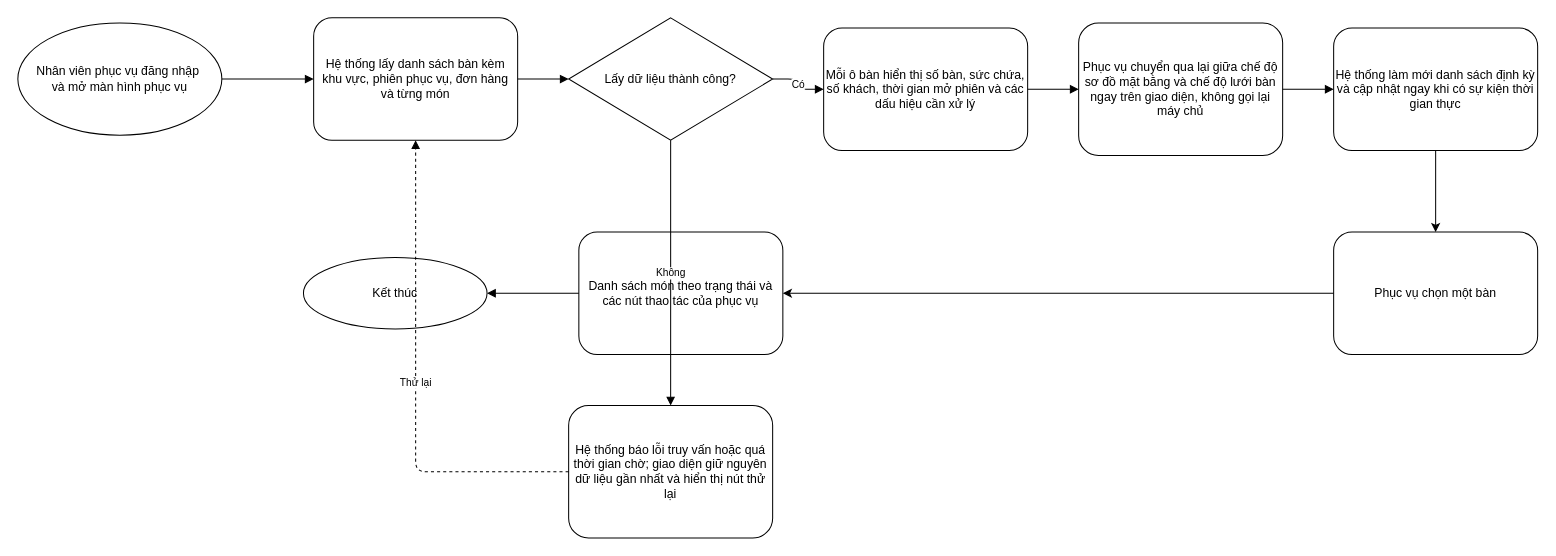
Above: docs/business-process-xem-so-do-ban.drawio in thanhhoa3514/restaurant-management (draw.io), before the change. Source tidied: cells renumbered, new cells numbered last; positions are measured from the earlier drawing's top-left corner, leaving out a move shared by most shapes. Both pictures are drawn from the tidied source at 102%, with x=0, y=0 at pixel (17, 17).
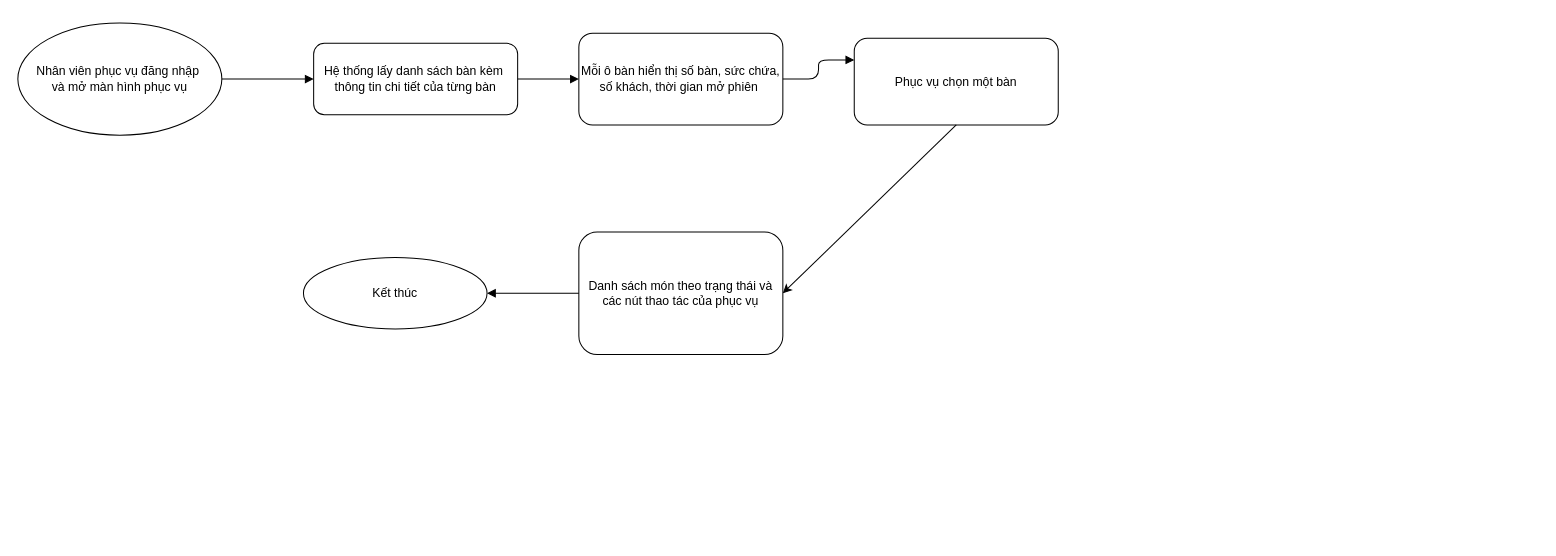
The same page after the edit.

The change refers to these unchanged cells:
```xml
<mxCell id="10" value="Danh sách món theo trạng thái và các nút thao tác của phục vụ" style="rounded=1;whiteSpace=wrap;html=1;fillColor=#ffffff;strokeColor=#000000;" parent="1" vertex="1">
  <mxGeometry x="550" y="210" width="200" height="120" as="geometry" />
</mxCell>
```

Change to the diagram source:
```diff
@@
-    <mxCell id="3" value="Hệ thống lấy danh sách bàn kèm khu vực, phiên phục vụ, đơn hàng và từng món" style="rounded=1;whiteSpace=wrap;html=1;fillColor=#ffffff;strokeColor=#000000;" parent="1" vertex="1">
-      <mxGeometry x="290" width="200" height="120" as="geometry" />
+    <mxCell id="3" value="Hệ thống lấy danh sách bàn kèm&amp;nbsp;&lt;div&gt;thông tin chi tiết của từng bàn&lt;/div&gt;" style="rounded=1;whiteSpace=wrap;html=1;fillColor=#ffffff;strokeColor=#000000;" parent="1" vertex="1">
+      <mxGeometry x="290" y="25" width="200" height="70" as="geometry" />
     </mxCell>
-    <mxCell id="4" value="Lấy dữ liệu thành công?" style="rhombus;whiteSpace=wrap;html=1;fillColor=#ffffff;strokeColor=#000000;" parent="1" vertex="1">
-      <mxGeometry x="540" width="200" height="120" as="geometry" />
-    </mxCell>
-    <mxCell id="5" value="Hệ thống báo lỗi truy vấn hoặc quá thời gian chờ; giao diện giữ nguyên dữ liệu gần nhất và hiển thị nút thử lại" style="rounded=1;whiteSpace=wrap;html=1;fillColor=#ffffff;strokeColor=#000000;" parent="1" vertex="1">
-      <mxGeometry x="540" y="380" width="200" height="130" as="geometry" />
-    </mxCell>
-    <mxCell id="6" value="Mỗi ô bàn hiển thị số bàn, sức chứa, số khách, thời gian mở phiên và các dấu hiệu cần xử lý" style="rounded=1;whiteSpace=wrap;html=1;fillColor=#ffffff;strokeColor=#000000;" parent="1" vertex="1">
-      <mxGeometry x="790" y="10" width="200" height="120" as="geometry" />
+    <mxCell id="6" value="Mỗi ô bàn hiển thị số bàn, sức chứa, số khách, thời gian mở phiên&amp;nbsp;" style="rounded=1;whiteSpace=wrap;html=1;fillColor=#ffffff;strokeColor=#000000;" parent="1" vertex="1">
+      <mxGeometry x="550" y="15" width="200" height="90" as="geometry" />
     </mxCell>
-    <mxCell id="7" value="Phục vụ chuyển qua lại giữa chế độ sơ đồ mặt bằng và chế độ lưới bàn ngay trên giao diện, không gọi lại máy chủ" style="rounded=1;whiteSpace=wrap;html=1;fillColor=#ffffff;strokeColor=#000000;" parent="1" vertex="1">
-      <mxGeometry x="1040" y="5" width="200" height="130" as="geometry" />
-    </mxCell>
-    <mxCell id="8" value="Hệ thống làm mới danh sách định kỳ và cập nhật ngay khi có sự kiện thời gian thực" style="rounded=1;whiteSpace=wrap;html=1;fillColor=#ffffff;strokeColor=#000000;" parent="1" vertex="1">
-      <mxGeometry x="1290" y="10" width="200" height="120" as="geometry" />
-    </mxCell>
     <mxCell id="9" value="Phục vụ chọn một bàn" style="rounded=1;whiteSpace=wrap;html=1;fillColor=#ffffff;strokeColor=#000000;" parent="1" vertex="1">
-      <mxGeometry x="1290" y="210" width="200" height="120" as="geometry" />
+      <mxGeometry x="820" y="20" width="200" height="85" as="geometry" />
     </mxCell>
@@
-    <mxCell id="13" style="edgeStyle=orthogonalEdgeStyle;rounded=1;html=1;endArrow=block;" parent="1" edge="1" source="3" target="4">
+    <mxCell id="13" style="edgeStyle=orthogonalEdgeStyle;rounded=1;html=1;endArrow=block;entryX=0;entryY=0.5;entryDx=0;entryDy=0;" parent="1" edge="1" source="3" target="6">
       <mxGeometry relative="1" as="geometry" />
     </mxCell>
-    <mxCell id="14" value="Không" style="edgeStyle=orthogonalEdgeStyle;rounded=1;html=1;endArrow=block;fontSize=10;exitX=0.5;exitY=1;exitDx=0;exitDy=0;entryX=0.5;entryY=0;entryDx=0;entryDy=0;" parent="1" edge="1" source="4" target="5">
-      <mxGeometry relative="1" as="geometry" />
-    </mxCell>
-    <mxCell id="15" value="Thử lại" style="edgeStyle=orthogonalEdgeStyle;rounded=1;html=1;endArrow=block;dashed=1;fontSize=10;exitX=0;exitY=0.5;exitDx=0;exitDy=0;entryX=0.5;entryY=1;entryDx=0;entryDy=0;" parent="1" edge="1" source="5" target="3">
-      <mxGeometry relative="1" as="geometry" />
-    </mxCell>
-    <mxCell id="16" value="Có" style="edgeStyle=orthogonalEdgeStyle;rounded=1;html=1;endArrow=block;fontSize=10;" parent="1" edge="1" source="4" target="6">
-      <mxGeometry relative="1" as="geometry" />
-    </mxCell>
-    <mxCell id="17" style="edgeStyle=orthogonalEdgeStyle;rounded=1;html=1;endArrow=block;" parent="1" edge="1" source="6" target="7">
+    <mxCell id="17" style="edgeStyle=orthogonalEdgeStyle;rounded=1;html=1;endArrow=block;entryX=0;entryY=0.25;entryDx=0;entryDy=0;" parent="1" edge="1" source="6" target="9">
       <mxGeometry relative="1" as="geometry" />
     </mxCell>
-    <mxCell id="18" style="edgeStyle=orthogonalEdgeStyle;rounded=1;html=1;endArrow=block;" parent="1" edge="1" source="7" target="8">
-      <mxGeometry relative="1" as="geometry" />
-    </mxCell>
-    <mxCell id="19" style="edgeStyle=none;html=1;exitX=0.5;exitY=1;exitDx=0;exitDy=0;entryX=0.5;entryY=0;entryDx=0;entryDy=0;" parent="1" edge="1" source="8" target="9">
-      <mxGeometry relative="1" as="geometry" />
-    </mxCell>
-    <mxCell id="20" style="edgeStyle=none;html=1;exitX=0;exitY=0.5;exitDx=0;exitDy=0;entryX=1;entryY=0.5;entryDx=0;entryDy=0;" parent="1" edge="1" source="9" target="10">
+    <mxCell id="20" style="edgeStyle=none;html=1;exitX=0.5;exitY=1;exitDx=0;exitDy=0;entryX=1;entryY=0.5;entryDx=0;entryDy=0;" parent="1" edge="1" source="9" target="10">
       <mxGeometry relative="1" as="geometry" />
     </mxCell>
```
